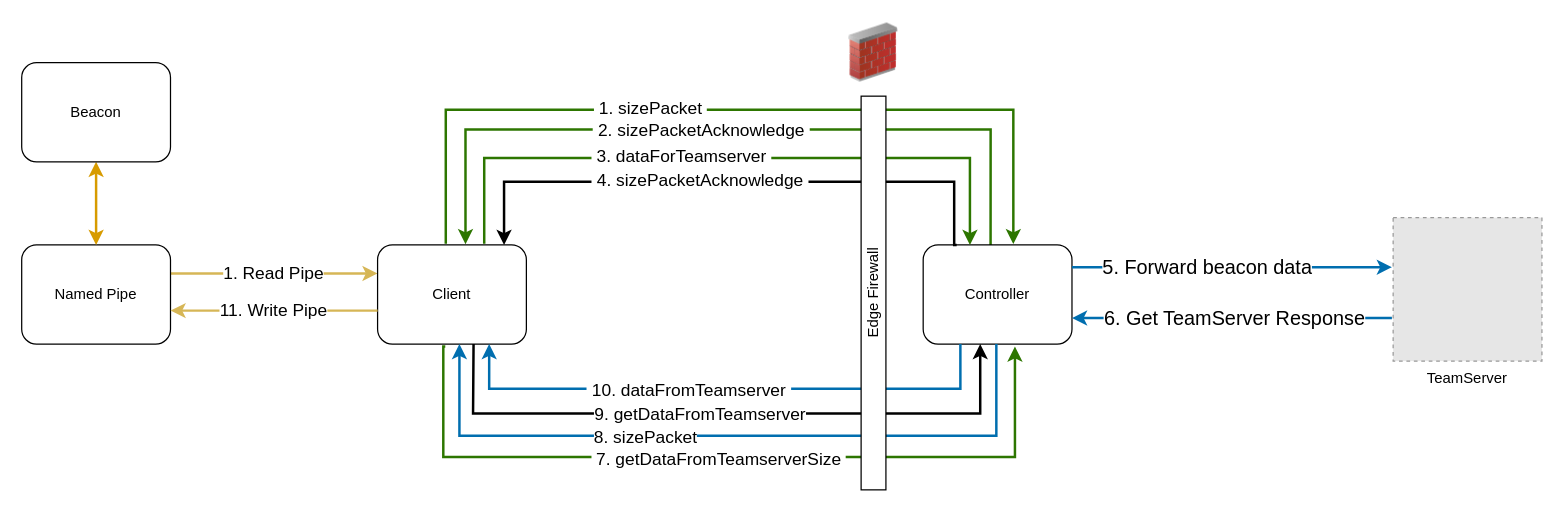
The draw.io diagram misc/beacon_loop.drawio in ryanq47/CS-EXTC2-NTP, before the edit. Source tidied: cells renumbered, new cells numbered last; positions are measured from the earlier drawing's top-left corner, leaving out a move shared by most shapes. Both pictures are drawn from the tidied source at 124%, with x=0, y=0 at pixel (21, 21). Pictures stored in the file or linked from it are replaced by grey dashed boxes.
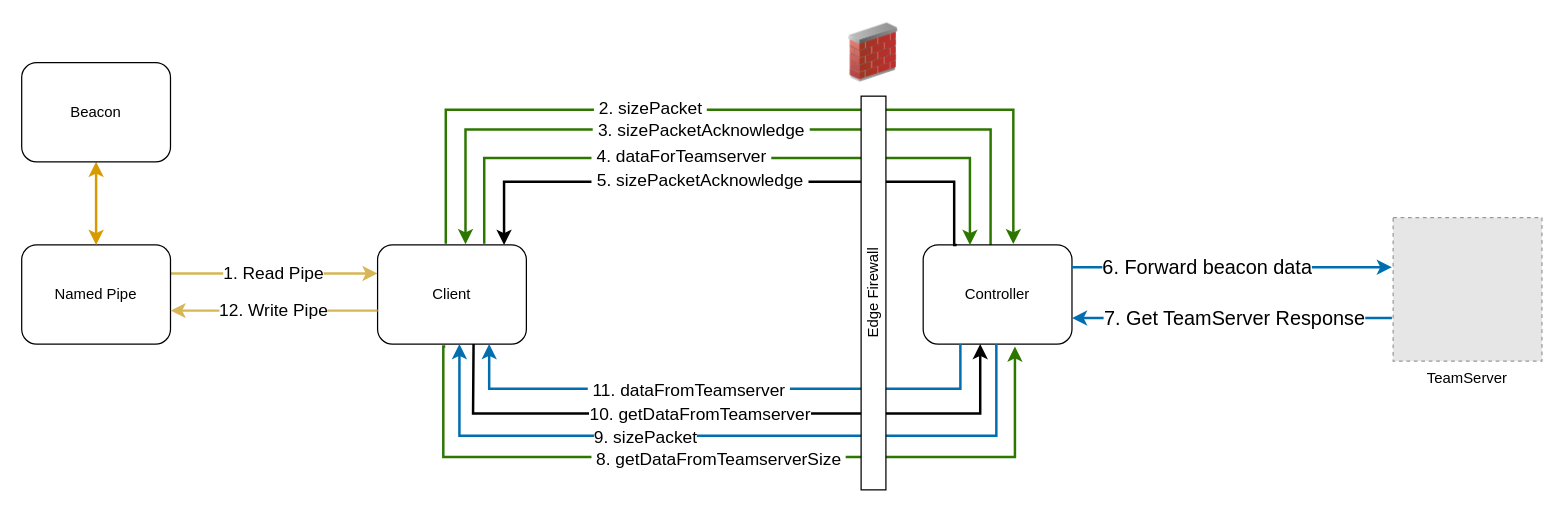
The same diagram, later.

Unchanged cells that the change refers to:
```xml
<mxCell id="2" style="edgeStyle=orthogonalEdgeStyle;rounded=0;jettySize=auto;html=1;fillColor=#60a917;strokeColor=#2D7600;strokeWidth=2;exitX=0.453;exitY=0;exitDx=0;exitDy=0;exitPerimeter=0;entryX=0.574;entryY=-0.01;entryDx=0;entryDy=0;entryPerimeter=0;" parent="1" edge="1" source="4">
  <mxGeometry relative="1" as="geometry">
    <mxPoint x="357.9" y="179.4" as="targetPoint" />
    <Array as="points">
      <mxPoint x="782" y="180" />
      <mxPoint x="782" y="87" />
      <mxPoint x="358" y="87" />
    </Array>
  </mxGeometry>
</mxCell>
<mxCell id="5" style="edgeStyle=orthogonalEdgeStyle;rounded=0;jettySize=auto;html=1;entryX=0.606;entryY=-0.008;entryDx=0;entryDy=0;exitX=0.442;exitY=-0.012;exitDx=0;exitDy=0;exitPerimeter=0;fillColor=#60a917;strokeColor=#2D7600;strokeWidth=2;entryPerimeter=0;" parent="1" edge="1" target="4">
  <mxGeometry relative="1" as="geometry">
    <mxPoint x="342" y="179" as="sourcePoint" />
    <Array as="points">
      <mxPoint x="342" y="71" />
      <mxPoint x="799" y="71" />
      <mxPoint x="799" y="179" />
    </Array>
  </mxGeometry>
</mxCell>
<mxCell id="11" style="edgeStyle=orthogonalEdgeStyle;rounded=0;jettySize=auto;html=1;exitX=0.25;exitY=1;exitDx=0;exitDy=0;entryX=0.75;entryY=1;entryDx=0;entryDy=0;fillColor=#1ba1e2;strokeColor=#006EAF;strokeWidth=2;fontColor=light-dark(#000000,#7EA6E0);" parent="1" edge="1" source="4" target="9">
  <mxGeometry relative="1" as="geometry">
    <Array as="points">
      <mxPoint x="757" y="296" />
      <mxPoint x="377" y="296" />
    </Array>
  </mxGeometry>
</mxCell>
<mxCell id="13" style="edgeStyle=orthogonalEdgeStyle;rounded=0;orthogonalLoop=1;jettySize=auto;html=1;exitX=1;exitY=0.5;exitDx=0;exitDy=0;startArrow=none;startFill=0;fillColor=#1ba1e2;strokeColor=light-dark(#006EAF,#97D077);strokeWidth=2;" parent="1" edge="1">
  <mxGeometry relative="1" as="geometry">
    <mxPoint x="847" y="198" as="sourcePoint" />
    <mxPoint x="1105" y="198" as="targetPoint" />
  </mxGeometry>
</mxCell>
<mxCell id="17" style="edgeStyle=orthogonalEdgeStyle;rounded=0;orthogonalLoop=1;jettySize=auto;html=1;entryX=0.339;entryY=0.033;entryDx=0;entryDy=0;fillColor=#60a917;strokeColor=#2D7600;strokeWidth=2;entryPerimeter=0;" parent="1" edge="1">
  <mxGeometry relative="1" as="geometry">
    <mxPoint x="373" y="179" as="sourcePoint" />
    <mxPoint x="764.7" y="180" as="targetPoint" />
    <Array as="points">
      <mxPoint x="373" y="175" />
      <mxPoint x="373" y="110" />
      <mxPoint x="765" y="110" />
    </Array>
  </mxGeometry>
</mxCell>
<mxCell id="19" style="edgeStyle=orthogonalEdgeStyle;rounded=0;jettySize=auto;html=1;entryX=0.85;entryY=0;entryDx=0;entryDy=0;entryPerimeter=0;strokeColor=light-dark(#000000,#97D077);strokeWidth=2;" parent="1" edge="1" target="9">
  <mxGeometry relative="1" as="geometry">
    <mxPoint x="753" y="181" as="sourcePoint" />
    <Array as="points">
      <mxPoint x="752" y="180" />
      <mxPoint x="752" y="129" />
      <mxPoint x="389" y="129" />
    </Array>
  </mxGeometry>
</mxCell>
<mxCell id="21" style="edgeStyle=orthogonalEdgeStyle;rounded=0;orthogonalLoop=1;jettySize=auto;html=1;exitX=0.414;exitY=0.99;exitDx=0;exitDy=0;exitPerimeter=0;fillColor=#60a917;strokeColor=light-dark(#2D7600,#7EA6E0);strokeWidth=2;" parent="1" edge="1">
  <mxGeometry relative="1" as="geometry">
    <mxPoint x="341.6" y="262" as="sourcePoint" />
    <mxPoint x="801" y="262" as="targetPoint" />
    <Array as="points">
      <mxPoint x="340" y="262" />
      <mxPoint x="340" y="351" />
      <mxPoint x="801" y="351" />
    </Array>
  </mxGeometry>
</mxCell>
<mxCell id="23" style="edgeStyle=orthogonalEdgeStyle;rounded=0;orthogonalLoop=1;jettySize=auto;html=1;exitX=1;exitY=0.5;exitDx=0;exitDy=0;startArrow=classic;startFill=1;fillColor=#1ba1e2;strokeColor=light-dark(#006EAF,#7EA6E0);strokeWidth=2;endArrow=none;endFill=0;" parent="1" edge="1">
  <mxGeometry relative="1" as="geometry">
    <mxPoint x="847" y="239" as="sourcePoint" />
    <mxPoint x="1105" y="239" as="targetPoint" />
  </mxGeometry>
</mxCell>
<mxCell id="25" style="edgeStyle=orthogonalEdgeStyle;rounded=0;orthogonalLoop=1;jettySize=auto;html=1;entryX=0.597;entryY=0.998;entryDx=0;entryDy=0;fillColor=#1ba1e2;strokeColor=light-dark(#006EAF,#7EA6E0);strokeWidth=2;entryPerimeter=0;" parent="1" edge="1">
  <mxGeometry relative="1" as="geometry">
    <mxPoint x="786" y="260" as="sourcePoint" />
    <mxPoint x="353" y="260" as="targetPoint" />
    <Array as="points">
      <mxPoint x="786" y="260" />
      <mxPoint x="786" y="334" />
      <mxPoint x="353" y="334" />
    </Array>
  </mxGeometry>
</mxCell>
<mxCell id="27" style="edgeStyle=none;orthogonalLoop=1;jettySize=auto;html=1;rounded=0;exitX=0.637;exitY=1;exitDx=0;exitDy=0;exitPerimeter=0;entryX=0.375;entryY=1;entryDx=0;entryDy=0;entryPerimeter=0;strokeWidth=2;strokeColor=light-dark(#000000,#7EA6E0);" parent="1" edge="1">
  <mxGeometry relative="1" as="geometry">
    <mxPoint x="364.4" y="260" as="sourcePoint" />
    <mxPoint x="773" y="260" as="targetPoint" />
    <Array as="points">
      <mxPoint x="364" y="316" />
      <mxPoint x="773" y="316" />
    </Array>
  </mxGeometry>
</mxCell>
<mxCell id="30" style="edgeStyle=orthogonalEdgeStyle;rounded=0;orthogonalLoop=1;jettySize=auto;html=1;entryX=1;entryY=0.5;entryDx=0;entryDy=0;startArrow=none;startFill=0;fillColor=#fff2cc;gradientColor=#ffd966;strokeColor=#d6b656;strokeWidth=2;endArrow=classic;endFill=1;" parent="1" edge="1">
  <mxGeometry relative="1" as="geometry">
    <mxPoint x="287" y="233" as="sourcePoint" />
    <mxPoint x="120" y="233" as="targetPoint" />
  </mxGeometry>
</mxCell>
```

Change to the diagram source:
```diff
@@
-    <mxCell id="3" value="&lt;font style=&quot;font-size: 14px;&quot;&gt;&amp;nbsp;2.&amp;nbsp;sizePacketAcknowledge&amp;nbsp;&lt;/font&gt;" style="edgeLabel;html=1;align=center;verticalAlign=middle;fontColor=light-dark(#000000,#97D077);" parent="2" vertex="1">
+    <mxCell id="3" value="&lt;font style=&quot;font-size: 14px;&quot;&gt;&amp;nbsp;3.&amp;nbsp;sizePacketAcknowledge&amp;nbsp;&lt;/font&gt;" style="edgeLabel;html=1;align=center;verticalAlign=middle;fontColor=light-dark(#000000,#97D077);" parent="2" vertex="1">
       <mxGeometry y="-5" relative="1" as="geometry">
         <mxPoint x="-23" y="5" as="offset" />
       </mxGeometry>
     </mxCell>
@@
-    <mxCell id="6" value="&lt;font style=&quot;font-size: 14px;&quot;&gt;&amp;nbsp;1. sizePacket&amp;nbsp;&lt;/font&gt;" style="edgeLabel;html=1;align=center;verticalAlign=middle;fontColor=light-dark(#000000,#97D077);" parent="5" vertex="1">
+    <mxCell id="6" value="&lt;font style=&quot;font-size: 14px;&quot;&gt;&amp;nbsp;2. sizePacket&amp;nbsp;&lt;/font&gt;" style="edgeLabel;html=1;align=center;verticalAlign=middle;fontColor=light-dark(#000000,#97D077);" parent="5" vertex="1">
       <mxGeometry x="0.02" y="1" relative="1" as="geometry">
         <mxPoint x="-72" y="-1" as="offset" />
       </mxGeometry>
     </mxCell>
@@
-    <mxCell id="12" value="&lt;font style=&quot;color: light-dark(rgb(0, 0, 0), rgb(126, 166, 224)); font-size: 14px;&quot;&gt;&lt;font style=&quot;&quot;&gt;&amp;nbsp;10&lt;font style=&quot;&quot;&gt;.&lt;/font&gt; &lt;/font&gt;&lt;font style=&quot;&quot;&gt;dataFromTeamserver&amp;nbsp;&lt;/font&gt;&lt;/font&gt;" style="edgeLabel;html=1;align=center;verticalAlign=middle;fontColor=light-dark(#000000,#3399FF);" parent="11" vertex="1">
+    <mxCell id="12" value="&lt;font style=&quot;color: light-dark(rgb(0, 0, 0), rgb(126, 166, 224)); font-size: 14px;&quot;&gt;&lt;font style=&quot;&quot;&gt;&amp;nbsp;11&lt;font style=&quot;&quot;&gt;.&lt;/font&gt; &lt;/font&gt;&lt;font style=&quot;&quot;&gt;dataFromTeamserver&amp;nbsp;&lt;/font&gt;&lt;/font&gt;" style="edgeLabel;html=1;align=center;verticalAlign=middle;fontColor=light-dark(#000000,#3399FF);" parent="11" vertex="1">
       <mxGeometry y="-5" relative="1" as="geometry">
         <mxPoint x="-30" y="5" as="offset" />
       </mxGeometry>
     </mxCell>
@@
-    <mxCell id="14" value="&lt;span style=&quot;font-size: 16px;&quot;&gt;&lt;font style=&quot;color: light-dark(rgb(0, 0, 0), rgb(151, 208, 119));&quot;&gt;5. Forward beacon data&lt;/font&gt;&lt;/span&gt;" style="edgeLabel;html=1;align=center;verticalAlign=middle;fontColor=light-dark(#000000,#66B2FF);" parent="13" vertex="1">
+    <mxCell id="14" value="&lt;span style=&quot;font-size: 16px;&quot;&gt;&lt;font style=&quot;color: light-dark(rgb(0, 0, 0), rgb(151, 208, 119));&quot;&gt;6. Forward beacon data&lt;/font&gt;&lt;/span&gt;" style="edgeLabel;html=1;align=center;verticalAlign=middle;fontColor=light-dark(#000000,#66B2FF);" parent="13" vertex="1">
       <mxGeometry x="-0.1" y="-1" relative="1" as="geometry">
         <mxPoint x="-8" y="-2" as="offset" />
       </mxGeometry>
     </mxCell>
@@
-    <mxCell id="18" value="&lt;font style=&quot;font-size: 14px;&quot;&gt;&amp;nbsp;3. dataForTeamserver&amp;nbsp;&lt;/font&gt;" style="edgeLabel;html=1;align=center;verticalAlign=middle;fontColor=light-dark(#000000,#97D077);" parent="17" vertex="1">
+    <mxCell id="18" value="&lt;font style=&quot;font-size: 14px;&quot;&gt;&amp;nbsp;4. dataForTeamserver&amp;nbsp;&lt;/font&gt;" style="edgeLabel;html=1;align=center;verticalAlign=middle;fontColor=light-dark(#000000,#97D077);" parent="17" vertex="1">
       <mxGeometry relative="1" as="geometry">
         <mxPoint x="-38" y="-2" as="offset" />
       </mxGeometry>
     </mxCell>
@@
-    <mxCell id="20" value="&lt;font style=&quot;font-size: 14px; color: light-dark(rgb(0, 0, 0), rgb(151, 208, 119));&quot;&gt;&amp;nbsp;4.&amp;nbsp;sizePacketAcknowledge&amp;nbsp;&lt;/font&gt;" style="edgeLabel;html=1;align=center;verticalAlign=middle;" parent="19" vertex="1">
+    <mxCell id="20" value="&lt;font style=&quot;font-size: 14px; color: light-dark(rgb(0, 0, 0), rgb(151, 208, 119));&quot;&gt;&amp;nbsp;5.&amp;nbsp;sizePacketAcknowledge&amp;nbsp;&lt;/font&gt;" style="edgeLabel;html=1;align=center;verticalAlign=middle;" parent="19" vertex="1">
       <mxGeometry x="0.25" y="-2" relative="1" as="geometry">
         <mxPoint x="33" as="offset" />
       </mxGeometry>
     </mxCell>
@@
-    <mxCell id="22" value="&lt;font style=&quot;font-size: 14px;&quot;&gt;&amp;nbsp;7. getDataFromTeamserverSize&amp;nbsp;&lt;/font&gt;" style="edgeLabel;html=1;align=center;verticalAlign=middle;fontColor=light-dark(#000000,#7EA6E0);" parent="21" vertex="1">
+    <mxCell id="22" value="&lt;font style=&quot;font-size: 14px;&quot;&gt;&amp;nbsp;8. getDataFromTeamserverSize&amp;nbsp;&lt;/font&gt;" style="edgeLabel;html=1;align=center;verticalAlign=middle;fontColor=light-dark(#000000,#7EA6E0);" parent="21" vertex="1">
       <mxGeometry x="0.02" y="1" relative="1" as="geometry">
         <mxPoint x="-15" y="2" as="offset" />
       </mxGeometry>
     </mxCell>
@@
-    <mxCell id="24" value="&lt;span style=&quot;font-size: 16px;&quot;&gt;&lt;font style=&quot;&quot;&gt;6. Get TeamServer Response&lt;/font&gt;&lt;/span&gt;" style="edgeLabel;html=1;align=center;verticalAlign=middle;fontColor=light-dark(#000000,#7EA6E0);" parent="23" vertex="1">
+    <mxCell id="24" value="&lt;span style=&quot;font-size: 16px;&quot;&gt;&lt;font style=&quot;&quot;&gt;7. Get TeamServer Response&lt;/font&gt;&lt;/span&gt;" style="edgeLabel;html=1;align=center;verticalAlign=middle;fontColor=light-dark(#000000,#7EA6E0);" parent="23" vertex="1">
       <mxGeometry x="-0.1" y="-1" relative="1" as="geometry">
         <mxPoint x="14" y="-2" as="offset" />
       </mxGeometry>
     </mxCell>
@@
-    <mxCell id="26" value="&lt;font style=&quot;font-size: 14px;&quot;&gt;8. sizePacket&lt;/font&gt;" style="edgeLabel;html=1;align=center;verticalAlign=middle;fontColor=light-dark(#000000,#7EA6E0);" parent="25" vertex="1">
+    <mxCell id="26" value="&lt;font style=&quot;font-size: 14px;&quot;&gt;9. sizePacket&lt;/font&gt;" style="edgeLabel;html=1;align=center;verticalAlign=middle;fontColor=light-dark(#000000,#7EA6E0);" parent="25" vertex="1">
       <mxGeometry y="-5" relative="1" as="geometry">
         <mxPoint x="-67" y="5" as="offset" />
       </mxGeometry>
     </mxCell>
@@
-    <mxCell id="28" value="&lt;font style=&quot;font-size: 14px;&quot;&gt;9. getDataFromTeamserver&lt;/font&gt;" style="edgeLabel;html=1;align=center;verticalAlign=middle;fontColor=light-dark(#000000,#7EA6E0);" parent="27" vertex="1">
+    <mxCell id="28" value="&lt;font style=&quot;font-size: 14px;&quot;&gt;10. getDataFromTeamserver&lt;/font&gt;" style="edgeLabel;html=1;align=center;verticalAlign=middle;fontColor=light-dark(#000000,#7EA6E0);" parent="27" vertex="1">
       <mxGeometry x="-0.04" y="1" relative="1" as="geometry">
         <mxPoint x="-11" y="1" as="offset" />
       </mxGeometry>
     </mxCell>
@@
-    <mxCell id="31" value="&lt;font style=&quot;font-size: 14px;&quot;&gt;11. Write Pipe&lt;/font&gt;" style="edgeLabel;html=1;align=center;verticalAlign=middle;fontColor=light-dark(#000000,#BC8A01);" parent="30" vertex="1">
+    <mxCell id="31" value="&lt;font style=&quot;font-size: 14px;&quot;&gt;12. Write Pipe&lt;/font&gt;" style="edgeLabel;html=1;align=center;verticalAlign=middle;fontColor=light-dark(#000000,#BC8A01);" parent="30" vertex="1">
       <mxGeometry x="0.03" y="-1" relative="1" as="geometry">
         <mxPoint x="1" as="offset" />
       </mxGeometry>
     </mxCell>
```
